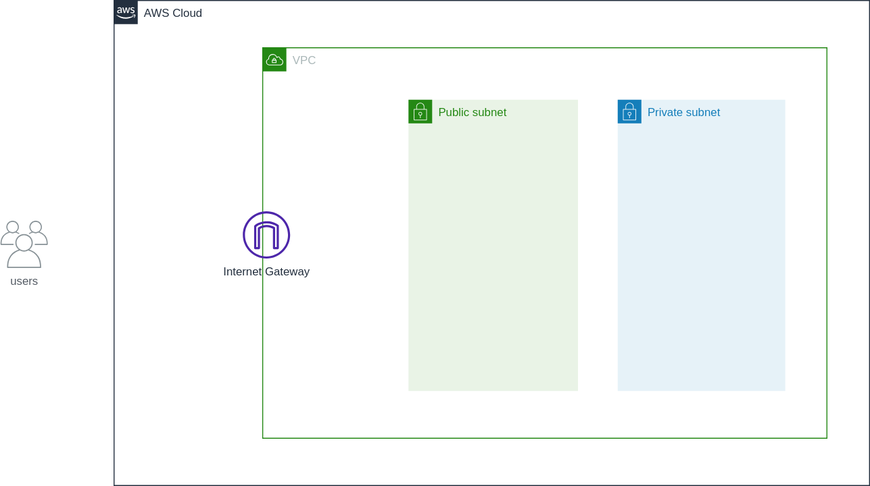
Above: infrastructure/workspaces/route53-phz-delegation/overview.drawio.svg in ishiharatma/aws-cdk-reference-architectures (draw.io), before the change. Source tidied: cells renumbered, new cells last; positions are measured from the earlier drawing's top-left corner, leaving out a move shared by most shapes.
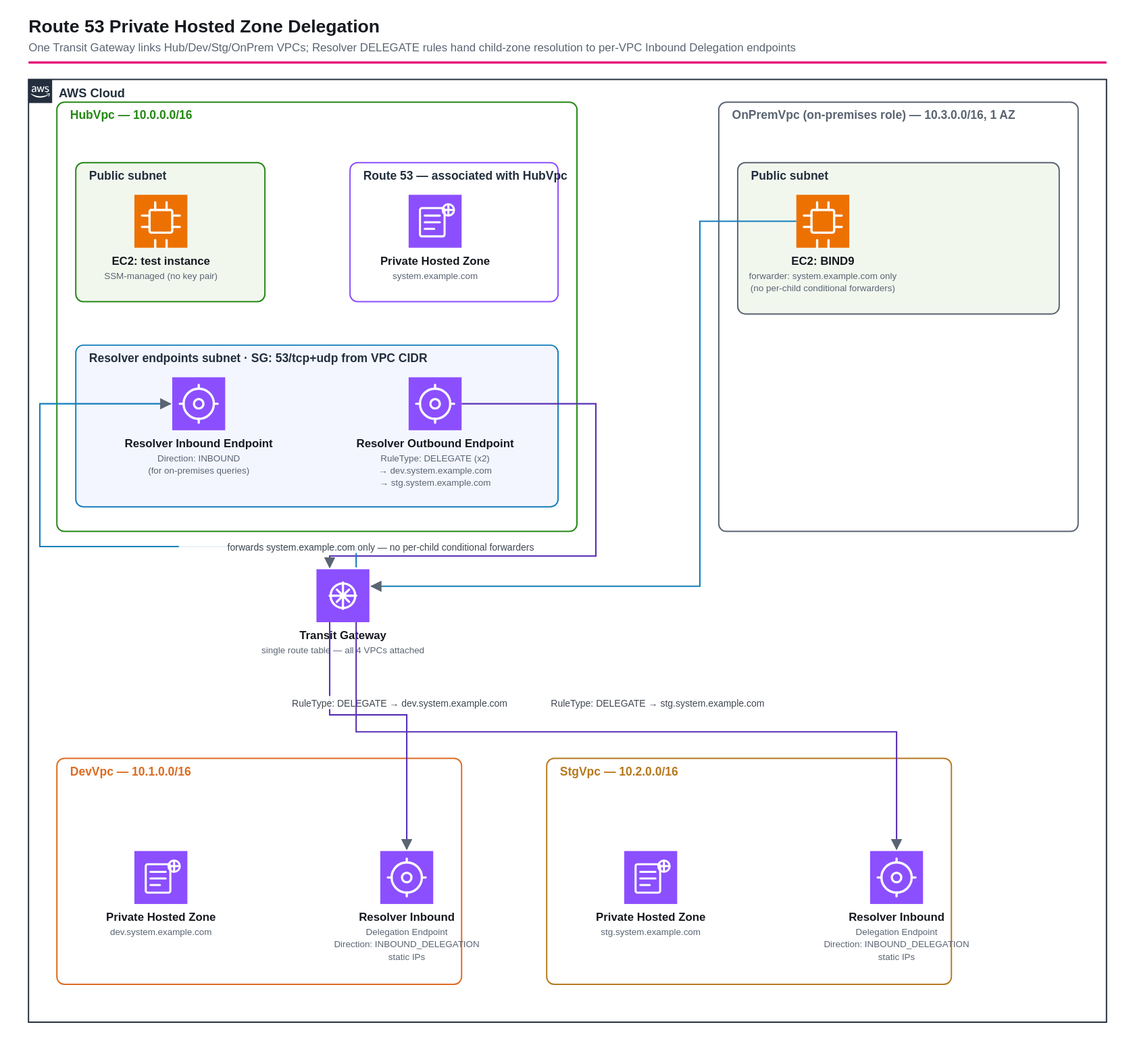
Later version of the same file.

Commit message:
fix(route53): AWSアイコン構成図を追加し、paramsが読み込まれないバグを修正

The edit, as a diff of the source:
```diff
@@ -2,23 +2,86 @@
   <root>
     <mxCell id="0" />
     <mxCell id="1" parent="0" />
+    <mxCell id="8" value="Route 53 Private Hosted Zone Delegation" style="text;html=1;strokeColor=none;fillColor=none;align=left;verticalAlign=middle;whiteSpace=wrap;rounded=0;fontSize=19;fontStyle=1;fontColor=#16191F;" parent="1" vertex="1">
+      <mxGeometry x="-6" y="-74" width="1140" height="28" as="geometry" />
+    </mxCell>
+    <mxCell id="9" value="One Transit Gateway links Hub/Dev/Stg/OnPrem VPCs; Resolver DELEGATE rules hand child-zone resolution to per-VPC Inbound Delegation endpoints" style="text;html=1;strokeColor=none;fillColor=none;align=left;verticalAlign=middle;whiteSpace=wrap;rounded=0;fontSize=12;fontStyle=0;fontColor=#5A6472;" parent="1" vertex="1">
+      <mxGeometry x="-6" y="-46" width="1140" height="18" as="geometry" />
+    </mxCell>
+    <mxCell id="10" style="rounded=0;whiteSpace=wrap;html=1;fillColor=#E7157B;strokeColor=none;" parent="1" vertex="1">
+      <mxGeometry x="-6" y="-22" width="1140" height="2.5" as="geometry" />
+    </mxCell>
     <mxCell id="2" value="AWS Cloud" style="gradientColor=none;html=1;whiteSpace=wrap;fontSize=12;fontStyle=0;shape=mxgraph.aws4.group;grIcon=mxgraph.aws4.group_aws_cloud_alt;strokeColor=#232F3E;fillColor=none;verticalAlign=top;align=left;spacingLeft=30;fontColor=#232F3E;dashed=0;" parent="1" vertex="1">
-      <mxGeometry x="120" width="798" height="513" as="geometry" />
+      <mxGeometry x="-6" y="-4" width="1140" height="997" as="geometry" />
     </mxCell>
-    <mxCell id="3" value="VPC" style="gradientColor=none;html=1;whiteSpace=wrap;fontSize=12;fontStyle=0;shape=mxgraph.aws4.group;grIcon=mxgraph.aws4.group_vpc;strokeColor=#248814;fillColor=none;verticalAlign=top;align=left;spacingLeft=30;fontColor=#AAB7B8;dashed=0;" parent="2" vertex="1">
-      <mxGeometry x="157" y="50" width="596" height="413" as="geometry" />
-    </mxCell>
-    <mxCell id="4" value="Private subnet" style="gradientColor=none;html=1;whiteSpace=wrap;fontSize=12;fontStyle=0;shape=mxgraph.aws4.group;grIcon=mxgraph.aws4.group_security_group;grStroke=0;strokeColor=#147EBA;fillColor=#E6F2F8;verticalAlign=top;align=left;spacingLeft=30;fontColor=#147EBA;dashed=0;" parent="3" vertex="1">
-      <mxGeometry x="375" y="55" width="177" height="308" as="geometry" />
-    </mxCell>
+    <mxCell id="11" value="HubVpc — 10.0.0.0/16" style="gradientColor=none;html=1;whiteSpace=wrap;fontSize=12;fontStyle=0;shape=mxgraph.aws4.group;grIcon=mxgraph.aws4.group_vpc;strokeColor=#248814;fillColor=none;verticalAlign=top;align=left;spacingLeft=30;fontColor=#248814;dashed=0;" parent="1" vertex="1">
+      <mxGeometry x="24" y="20" width="550" height="454" as="geometry" />
+    </mxCell>
+    <mxCell id="12" value="Public subnet" style="gradientColor=none;html=1;whiteSpace=wrap;fontSize=12;fontStyle=0;shape=mxgraph.aws4.group;grIcon=mxgraph.aws4.group_security_group;grStroke=0;strokeColor=#248814;fillColor=#E9F3E6;verticalAlign=top;align=left;spacingLeft=30;fontColor=#248814;dashed=0;" parent="1" vertex="1">
+      <mxGeometry x="44" y="84" width="200" height="147" as="geometry" />
+    </mxCell>
+    <mxCell id="13" value="Route 53 — associated with HubVpc" style="rounded=1;whiteSpace=wrap;html=1;fillColor=none;strokeColor=#8C4FFF;verticalAlign=top;align=left;spacingLeft=10;spacingTop=6;fontSize=12;fontStyle=1;fontColor=#8C4FFF;dashed=0;" parent="1" vertex="1">
+      <mxGeometry x="334" y="84" width="220" height="147" as="geometry" />
+    </mxCell>
-    <mxCell id="5" value="Public subnet" style="gradientColor=none;html=1;whiteSpace=wrap;fontSize=12;fontStyle=0;shape=mxgraph.aws4.group;grIcon=mxgraph.aws4.group_security_group;grStroke=0;strokeColor=#248814;fillColor=#E9F3E6;verticalAlign=top;align=left;spacingLeft=30;fontColor=#248814;dashed=0;" parent="3" vertex="1">
-      <mxGeometry x="154" y="55" width="179" height="308" as="geometry" />
+    <mxCell id="5" value="Resolver endpoints subnet · SG: 53/tcp+udp from VPC CIDR" style="gradientColor=none;html=1;whiteSpace=wrap;fontSize=12;fontStyle=0;shape=mxgraph.aws4.group;grIcon=mxgraph.aws4.group_security_group;grStroke=0;strokeColor=#147EBA;fillColor=#E6F2F8;verticalAlign=top;align=left;spacingLeft=30;fontColor=#147EBA;dashed=0;" parent="1" vertex="1">
+      <mxGeometry x="44" y="277" width="510" height="171" as="geometry" />
     </mxCell>
-    <mxCell id="6" value="Internet Gateway" style="sketch=0;fontColor=#232F3E;gradientColor=none;fillColor=#4D27AA;strokeColor=none;dashed=0;verticalLabelPosition=bottom;verticalAlign=top;align=center;html=1;fontSize=12;fontStyle=0;shape=mxgraph.aws4.internet_gateway;" parent="3" vertex="1">
-      <mxGeometry x="-21" y="173" width="50" height="50" as="geometry" />
+    <mxCell id="6" value="OnPremVpc (on-premises role) — 10.3.0.0/16, 1 AZ" style="gradientColor=none;html=1;whiteSpace=wrap;fontSize=12;fontStyle=0;shape=mxgraph.aws4.group;grIcon=mxgraph.aws4.group_vpc;strokeColor=#5A6472;fillColor=none;verticalAlign=top;align=left;spacingLeft=30;fontColor=#5A6472;dashed=0;" parent="1" vertex="1">
+      <mxGeometry x="724" y="20" width="380" height="454" as="geometry" />
     </mxCell>
-    <mxCell id="7" value="users" style="sketch=0;gradientColor=none;fontColor=#545B64;strokeColor=none;fillColor=#879196;dashed=0;verticalLabelPosition=bottom;verticalAlign=top;align=center;html=1;fontSize=12;fontStyle=0;shape=mxgraph.aws4.illustration_users;" parent="1" vertex="1">
-      <mxGeometry y="233" width="50" height="50" as="geometry" />
+    <mxCell id="7" value="Public subnet" style="gradientColor=none;html=1;whiteSpace=wrap;fontSize=12;fontStyle=0;shape=mxgraph.aws4.group;grIcon=mxgraph.aws4.group_security_group;grStroke=0;strokeColor=#5A6472;fillColor=#F0F1F2;verticalAlign=top;align=left;spacingLeft=30;fontColor=#5A6472;dashed=0;" parent="1" vertex="1">
+      <mxGeometry x="744" y="84" width="340" height="160" as="geometry" />
     </mxCell>
+    <mxCell id="14" value="DevVpc — 10.1.0.0/16" style="gradientColor=none;html=1;whiteSpace=wrap;fontSize=12;fontStyle=0;shape=mxgraph.aws4.group;grIcon=mxgraph.aws4.group_vpc;strokeColor=#DD6B20;fillColor=none;verticalAlign=top;align=left;spacingLeft=30;fontColor=#DD6B20;dashed=0;" parent="1" vertex="1">
+      <mxGeometry x="24" y="714" width="428" height="239" as="geometry" />
+    </mxCell>
+    <mxCell id="15" value="StgVpc — 10.2.0.0/16" style="gradientColor=none;html=1;whiteSpace=wrap;fontSize=12;fontStyle=0;shape=mxgraph.aws4.group;grIcon=mxgraph.aws4.group_vpc;strokeColor=#B7791F;fillColor=none;verticalAlign=top;align=left;spacingLeft=30;fontColor=#B7791F;dashed=0;" parent="1" vertex="1">
+      <mxGeometry x="542" y="714" width="428" height="239" as="geometry" />
+    </mxCell>
+    <mxCell id="16" value="EC2: test instance" style="sketch=0;fontColor=#232F3E;gradientColor=none;fillColor=#ED7100;strokeColor=none;dashed=0;verticalLabelPosition=bottom;verticalAlign=top;align=center;html=1;fontSize=12;fontStyle=0;shape=mxgraph.aws4.ec2;" parent="1" vertex="1">
+      <mxGeometry x="106" y="118" width="56" height="56" as="geometry" />
+    </mxCell>
+    <mxCell id="17" value="Private Hosted Zone" style="sketch=0;fontColor=#232F3E;gradientColor=none;fillColor=#8C4FFF;strokeColor=none;dashed=0;verticalLabelPosition=bottom;verticalAlign=top;align=center;html=1;fontSize=12;fontStyle=0;shape=mxgraph.aws4.hosted_zone;" parent="1" vertex="1">
+      <mxGeometry x="396" y="118" width="56" height="56" as="geometry" />
+    </mxCell>
+    <mxCell id="18" value="Resolver Inbound Endpoint" style="sketch=0;outlineConnect=0;fontColor=#232F3E;gradientColor=none;fillColor=#8C4FFF;strokeColor=none;dashed=0;verticalLabelPosition=bottom;verticalAlign=top;align=center;html=1;fontSize=12;fontStyle=0;shape=mxgraph.aws4.route_53_resolver;" parent="1" vertex="1">
+      <mxGeometry x="146" y="311" width="56" height="56" as="geometry" />
+    </mxCell>
+    <mxCell id="19" value="Resolver Outbound Endpoint" style="sketch=0;outlineConnect=0;fontColor=#232F3E;gradientColor=none;fillColor=#8C4FFF;strokeColor=none;dashed=0;verticalLabelPosition=bottom;verticalAlign=top;align=center;html=1;fontSize=12;fontStyle=0;shape=mxgraph.aws4.route_53_resolver;" parent="1" vertex="1">
+      <mxGeometry x="396" y="311" width="56" height="56" as="geometry" />
+    </mxCell>
+    <mxCell id="20" value="EC2: BIND9" style="sketch=0;outlineConnect=0;fontColor=#232F3E;gradientColor=none;fillColor=#ED7100;strokeColor=none;dashed=0;verticalLabelPosition=bottom;verticalAlign=top;align=center;html=1;fontSize=12;fontStyle=0;shape=mxgraph.aws4.ec2;" parent="1" vertex="1">
+      <mxGeometry x="806" y="118" width="56" height="56" as="geometry" />
+    </mxCell>
+    <mxCell id="21" value="Transit Gateway" style="sketch=0;outlineConnect=0;fontColor=#232F3E;gradientColor=none;fillColor=#8C4FFF;strokeColor=none;dashed=0;verticalLabelPosition=bottom;verticalAlign=top;align=center;html=1;fontSize=12;fontStyle=0;shape=mxgraph.aws4.transit_gateway;" parent="1" vertex="1">
+      <mxGeometry x="298.5" y="514" width="56" height="56" as="geometry" />
+    </mxCell>
+    <mxCell id="22" value="Private Hosted Zone" style="sketch=0;fontColor=#232F3E;gradientColor=none;fillColor=#8C4FFF;strokeColor=none;dashed=0;verticalLabelPosition=bottom;verticalAlign=top;align=center;html=1;fontSize=12;fontStyle=0;shape=mxgraph.aws4.hosted_zone;" parent="1" vertex="1">
+      <mxGeometry x="106" y="812" width="56" height="56" as="geometry" />
+    </mxCell>
+    <mxCell id="23" value="Resolver Inbound" style="sketch=0;outlineConnect=0;fontColor=#232F3E;gradientColor=none;fillColor=#8C4FFF;strokeColor=none;dashed=0;verticalLabelPosition=bottom;verticalAlign=top;align=center;html=1;fontSize=12;fontStyle=0;shape=mxgraph.aws4.route_53_resolver;" parent="1" vertex="1">
+      <mxGeometry x="366" y="812" width="56" height="56" as="geometry" />
+    </mxCell>
+    <mxCell id="24" value="Private Hosted Zone" style="sketch=0;fontColor=#232F3E;gradientColor=none;fillColor=#8C4FFF;strokeColor=none;dashed=0;verticalLabelPosition=bottom;verticalAlign=top;align=center;html=1;fontSize=12;fontStyle=0;shape=mxgraph.aws4.hosted_zone;" parent="1" vertex="1">
+      <mxGeometry x="624" y="812" width="56" height="56" as="geometry" />
+    </mxCell>
+    <mxCell id="25" value="Resolver Inbound" style="sketch=0;outlineConnect=0;fontColor=#232F3E;gradientColor=none;fillColor=#8C4FFF;strokeColor=none;dashed=0;verticalLabelPosition=bottom;verticalAlign=top;align=center;html=1;fontSize=12;fontStyle=0;shape=mxgraph.aws4.route_53_resolver;" parent="1" vertex="1">
+      <mxGeometry x="884" y="812" width="56" height="56" as="geometry" />
+    </mxCell>
+    <mxCell id="26" value="DELEGATE rules" style="edgeStyle=orthogonalEdgeStyle;rounded=0;html=1;fontSize=10;endArrow=block;endFill=1;strokeColor=#5A6472;" parent="1" edge="1" source="19" target="21">
+      <mxGeometry relative="1" as="geometry" />
+    </mxCell>
+    <mxCell id="27" value="→ dev.system.example.com" style="edgeStyle=orthogonalEdgeStyle;rounded=0;html=1;fontSize=10;endArrow=block;endFill=1;strokeColor=#5A6472;" parent="1" edge="1" source="21" target="23">
+      <mxGeometry relative="1" as="geometry" />
+    </mxCell>
+    <mxCell id="28" value="→ stg.system.example.com" style="edgeStyle=orthogonalEdgeStyle;rounded=0;html=1;fontSize=10;endArrow=block;endFill=1;strokeColor=#5A6472;" parent="1" edge="1" source="21" target="25">
+      <mxGeometry relative="1" as="geometry" />
+    </mxCell>
+    <mxCell id="29" value="forward system.example.com" style="edgeStyle=orthogonalEdgeStyle;rounded=0;html=1;fontSize=10;endArrow=block;endFill=1;strokeColor=#5A6472;" parent="1" edge="1" source="20" target="21">
+      <mxGeometry relative="1" as="geometry" />
+    </mxCell>
+    <mxCell id="30" value="→ HubVpc Inbound" style="edgeStyle=orthogonalEdgeStyle;rounded=0;html=1;fontSize=10;endArrow=block;endFill=1;strokeColor=#5A6472;" parent="1" edge="1" source="21" target="18">
+      <mxGeometry relative="1" as="geometry" />
+    </mxCell>
   </root>
 </mxGraphModel>
```
